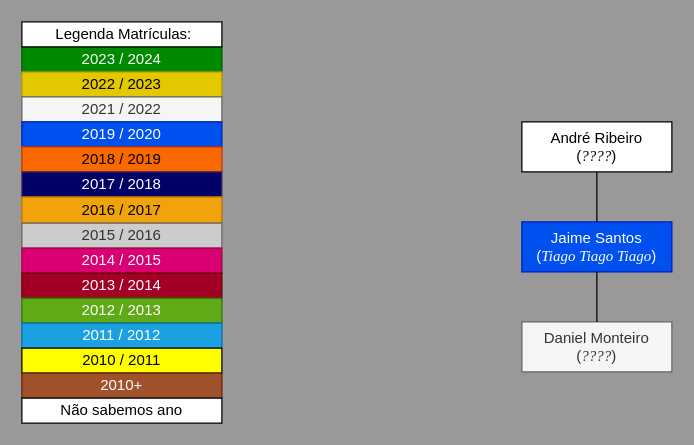
Above: Draw.io/Familia_do_André_Ribeiro.drawio in pdmtmr/PDMTMRTESTLOCATION-AKA-ARBUSTO (draw.io), before the change. Source tidied: cells renumbered, new cells numbered last; positions are measured from the earlier drawing's top-left corner, leaving out a move shared by most shapes. Both pictures are drawn from the tidied source at 125%, with x=0, y=0 at pixel (21, 21).
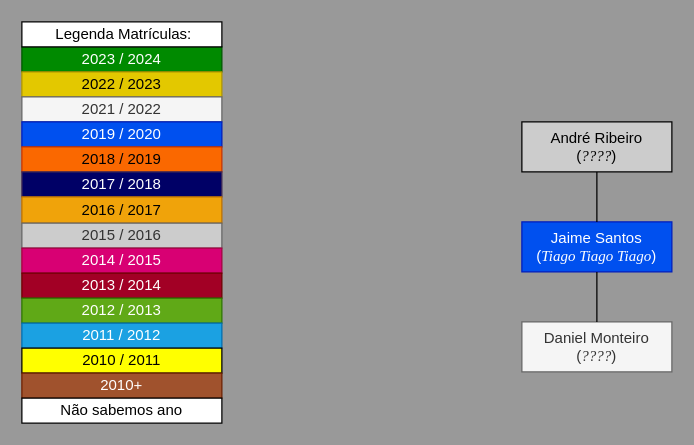
The same diagram, later.

The edit, as a diff of the source:
```diff
@@
-    <mxCell id="18" value="&lt;div&gt;&lt;span style=&quot;background-color: initial;&quot;&gt;André Ribeiro&lt;/span&gt;&lt;/div&gt;&lt;div&gt;&lt;span style=&quot;background-color: initial;&quot;&gt;(&lt;/span&gt;&lt;i style=&quot;background-color: initial;&quot;&gt;&lt;font face=&quot;Times New Roman&quot;&gt;????&lt;/font&gt;&lt;/i&gt;&lt;span style=&quot;background-color: initial;&quot;&gt;)&lt;/span&gt;&lt;/div&gt;" style="rounded=0;whiteSpace=wrap;html=1;" parent="1" vertex="1">
+    <mxCell id="18" value="&lt;div&gt;&lt;span style=&quot;background-color: initial;&quot;&gt;André Ribeiro&lt;/span&gt;&lt;/div&gt;&lt;div&gt;&lt;span style=&quot;background-color: initial;&quot;&gt;(&lt;/span&gt;&lt;i style=&quot;background-color: initial;&quot;&gt;&lt;font face=&quot;Times New Roman&quot;&gt;????&lt;/font&gt;&lt;/i&gt;&lt;span style=&quot;background-color: initial;&quot;&gt;)&lt;/span&gt;&lt;/div&gt;" style="rounded=0;whiteSpace=wrap;html=1;fillColor=#CCCCCC;fontColor=#000000;" parent="1" vertex="1">
       <mxGeometry x="400" y="80" width="120" height="40" as="geometry" />
     </mxCell>
```
